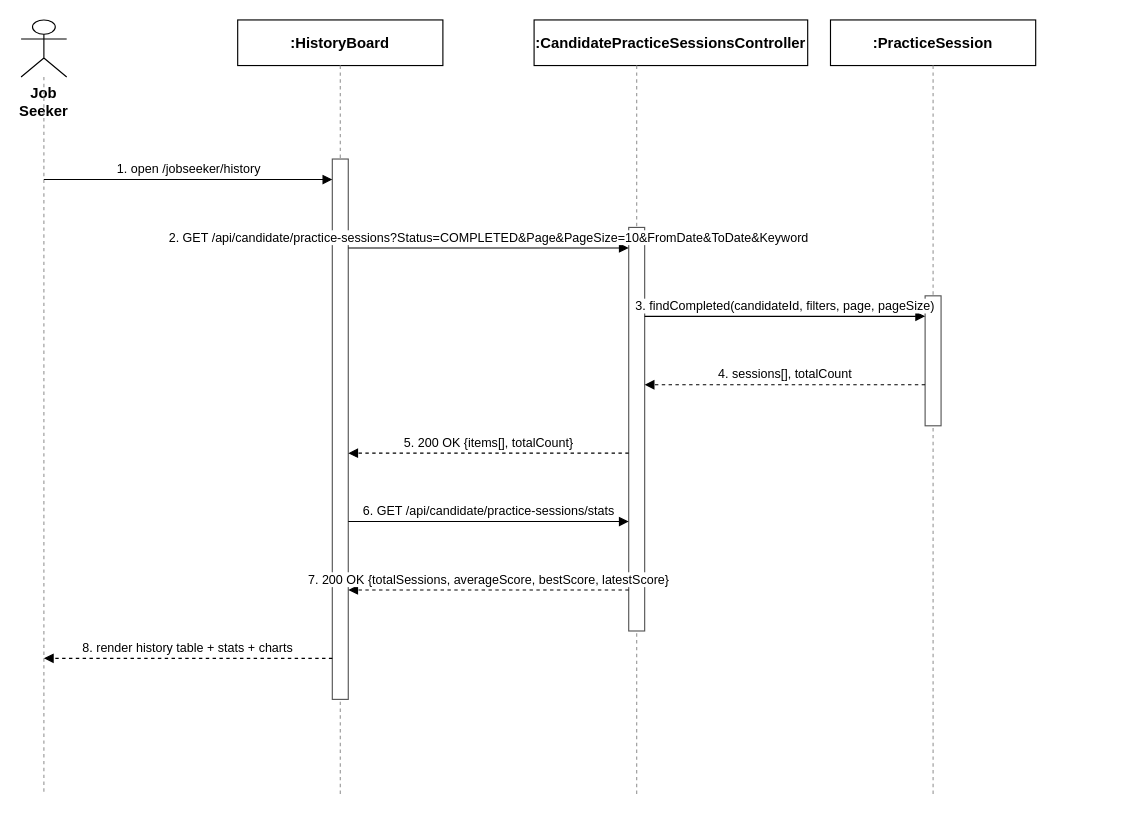
The draw.io diagram docs/qa/Tu_SequenceDiagram/08_View_Practice_History.drawio in tulklk/AI_Interview_Question_Generation_RAG_LLM_FE, before the edit. Source tidied: cells renumbered, new cells numbered last; positions are measured from the earlier drawing's top-left corner, leaving out a move shared by most shapes. Both pictures are drawn from the tidied source at 114%, with x=0, y=0 at pixel (21, 19).
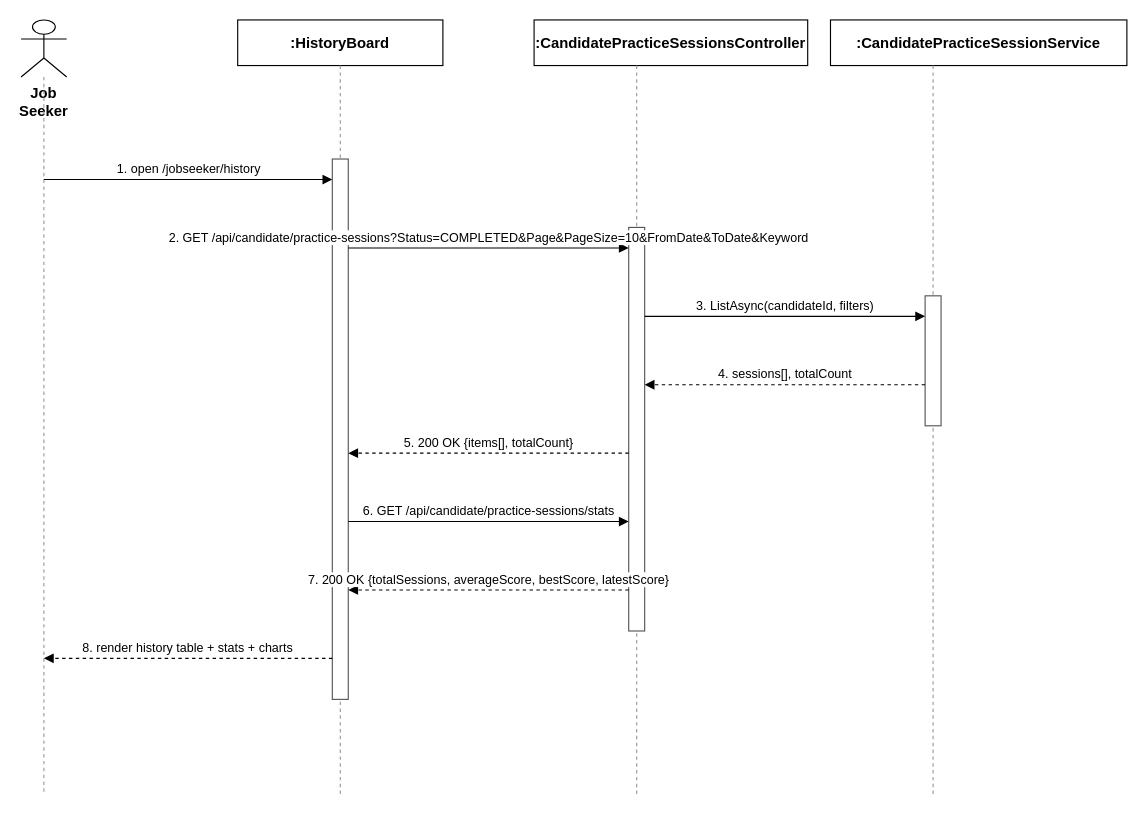
The same diagram, later.

The edit, as a diff of the source:
```diff
@@
-    <mxCell id="8" value=":PracticeSession" style="rounded=0;whiteSpace=wrap;html=1;fontSize=13;fillColor=#ffffff;strokeColor=#000000;fontStyle=1;" parent="1" vertex="1">
-      <mxGeometry x="710" width="180" height="40" as="geometry" />
+    <mxCell id="8" value=":CandidatePracticeSessionService" style="rounded=0;whiteSpace=wrap;html=1;fontSize=13;fillColor=#ffffff;strokeColor=#000000;fontStyle=1;" parent="1" vertex="1">
+      <mxGeometry x="710" width="260" height="40" as="geometry" />
     </mxCell>
@@
-    <mxCell id="15" value="3. findCompleted(candidateId, filters, page, pageSize)" style="endArrow=block;endFill=1;html=1;fontSize=11;align=center;verticalAlign=bottom;labelBackgroundColor=#ffffff;strokeColor=#000000;" parent="1" edge="1">
+    <mxCell id="15" value="3. ListAsync(candidateId, filters)" style="endArrow=block;endFill=1;html=1;fontSize=11;align=center;verticalAlign=bottom;labelBackgroundColor=#ffffff;strokeColor=#000000;" parent="1" edge="1">
       <mxGeometry relative="1" as="geometry">
         <mxPoint x="547" y="260" as="sourcePoint" />
         <mxPoint x="793" y="260" as="targetPoint" />
       </mxGeometry>
     </mxCell>
```
